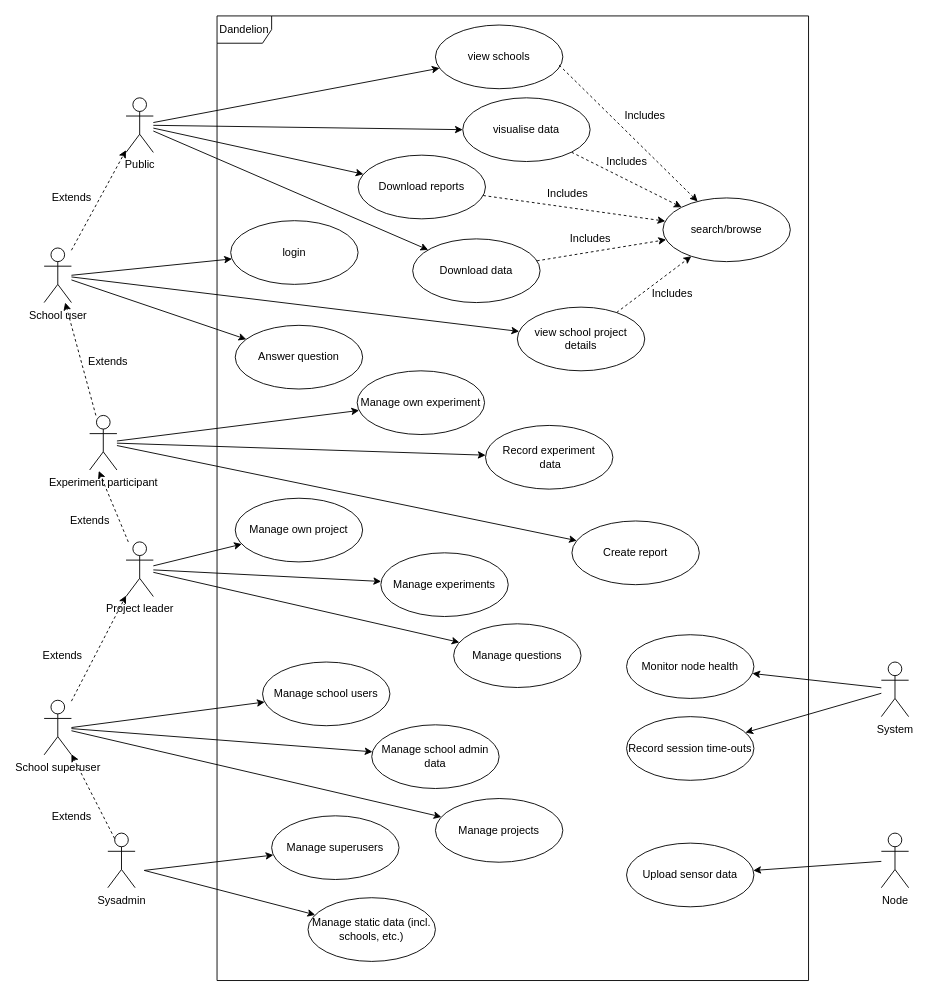
Above: Documentation/Use cases.drawio in Dandelion-dev-team/dandelion (draw.io), before the change. Source tidied: cells renumbered, new cells numbered last; positions are measured from the earlier drawing's top-left corner, leaving out a move shared by most shapes. Both pictures are drawn from the tidied source at 91%, with x=0, y=0 at pixel (35, 15).
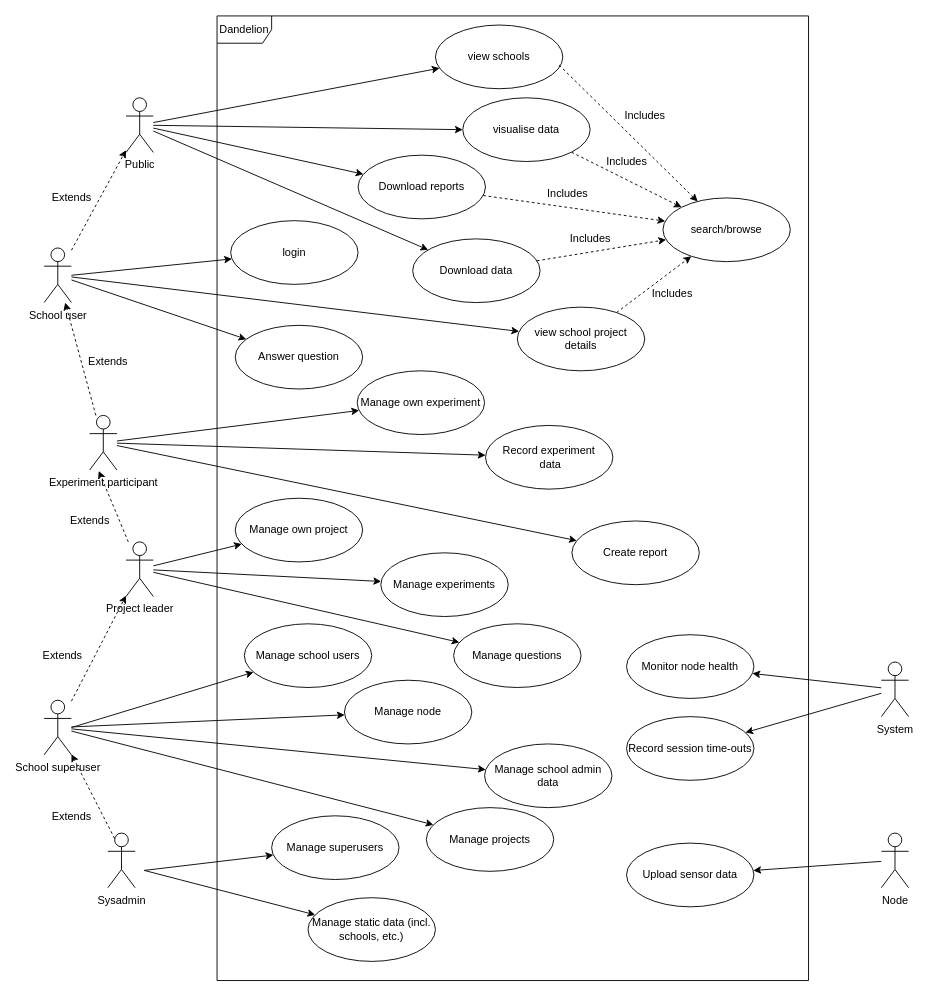
Above is the later version.

Commit message:
Update Use cases - added manage node

The change refers to these unchanged cells:
```xml
<mxCell id="11" value="School superuser" style="shape=umlActor;verticalLabelPosition=bottom;verticalAlign=top;html=1;" parent="1" vertex="1">
  <mxGeometry x="10" y="752" width="30" height="60" as="geometry" />
</mxCell>
```

The edit, as a diff of the source:
```diff
@@
     <mxCell id="36" value="Manage projects" style="ellipse;whiteSpace=wrap;html=1;" parent="1" vertex="1">
-      <mxGeometry x="440" y="860" width="140" height="70" as="geometry" />
+      <mxGeometry x="430" y="870" width="140" height="70" as="geometry" />
     </mxCell>
@@
     <mxCell id="39" value="Manage school users" style="ellipse;whiteSpace=wrap;html=1;" parent="1" vertex="1">
-      <mxGeometry x="250" y="710" width="140" height="70" as="geometry" />
+      <mxGeometry x="230" y="668" width="140" height="70" as="geometry" />
     </mxCell>
     <mxCell id="40" value="Manage school admin data" style="ellipse;whiteSpace=wrap;html=1;" parent="1" vertex="1">
-      <mxGeometry x="370" y="779" width="140" height="70" as="geometry" />
+      <mxGeometry x="494" y="800" width="140" height="70" as="geometry" />
     </mxCell>
@@
+    <mxCell id="74" value="Manage node" style="ellipse;whiteSpace=wrap;html=1;" parent="1" vertex="1">
+      <mxGeometry x="340" y="730" width="140" height="70" as="geometry" />
+    </mxCell>
+    <mxCell id="75" style="edgeStyle=none;rounded=0;jettySize=auto;html=1;" parent="1" edge="1" source="11" target="74">
+      <mxGeometry relative="1" as="geometry" />
+    </mxCell>
```
